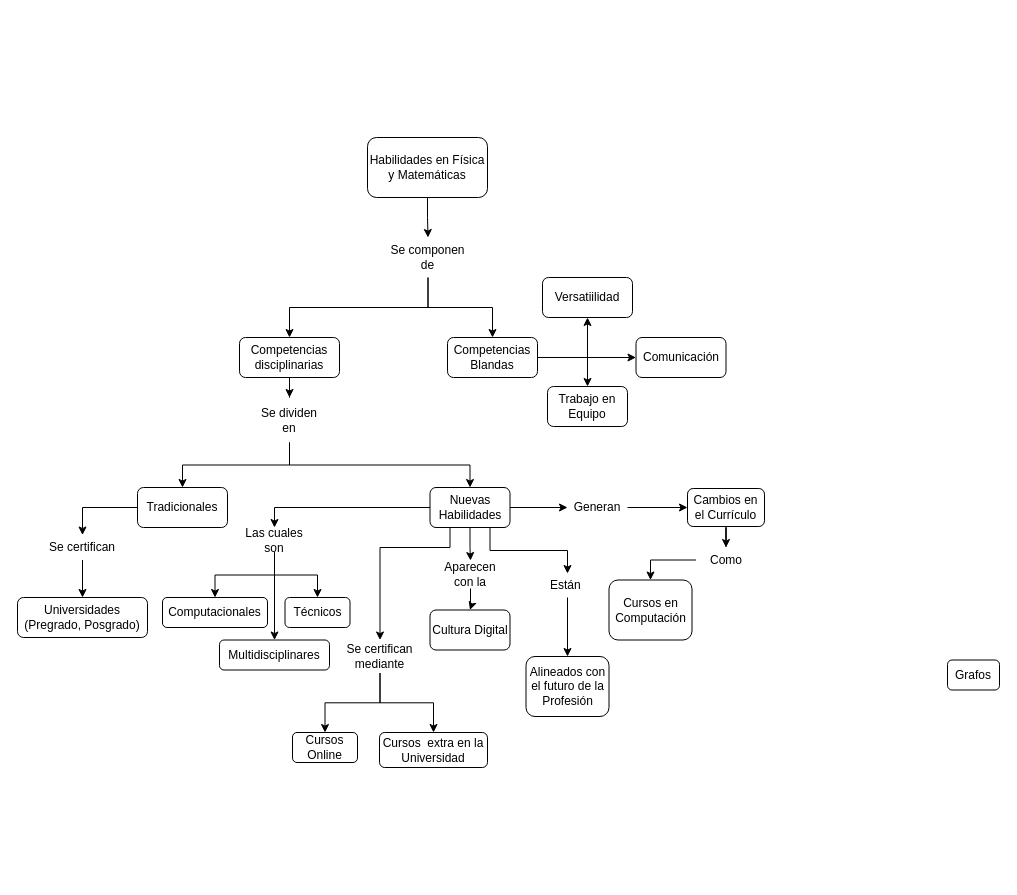
Earlier version of the draw.io diagram Untitled Diagram.drawio (Andrescqs/test). Source tidied: cells renumbered, new cells numbered last; positions are measured from the earlier drawing's top-left corner, leaving out a move shared by most shapes. Both pictures are drawn from the tidied source at 100%, with x=0, y=0 at pixel (17, 137).
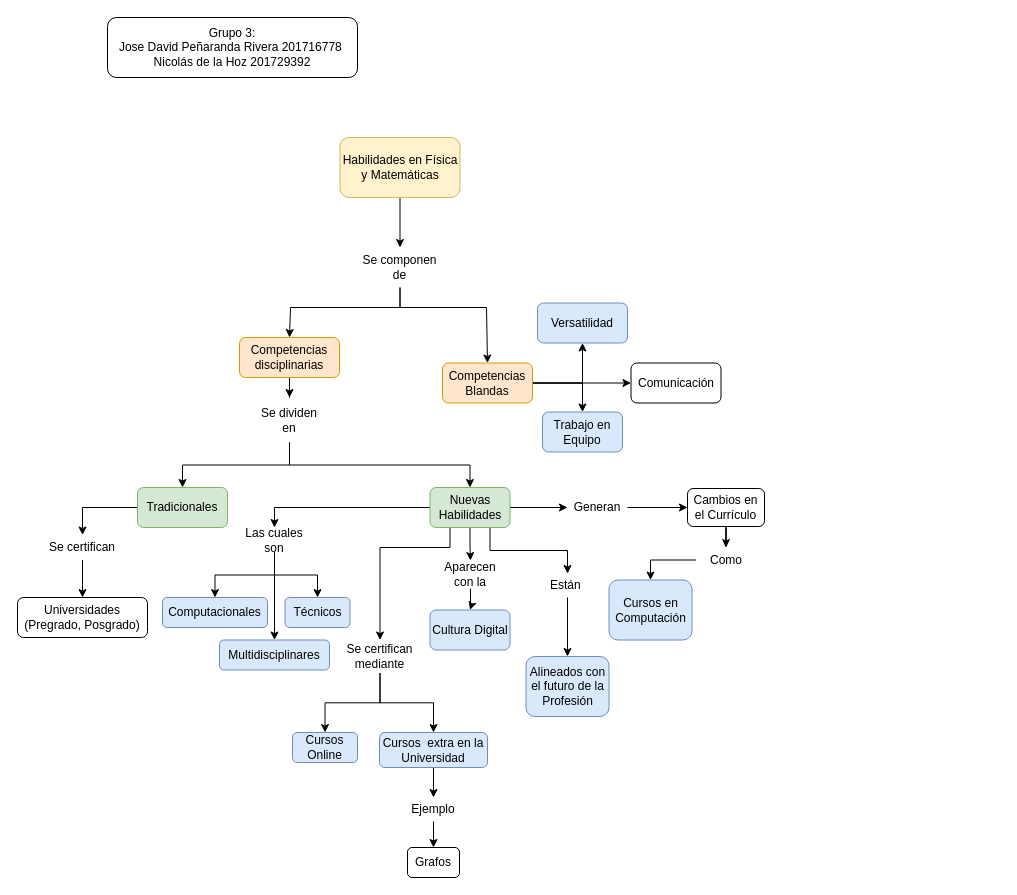
The same page after the edit.

Diff of the diagram source:
```diff
@@
-    <mxCell id="3" value="Habilidades en Física y Matemáticas" style="rounded=1;whiteSpace=wrap;html=1;" parent="1" vertex="1">
-      <mxGeometry x="350" width="120" height="60" as="geometry" />
+    <mxCell id="3" value="Habilidades en Física y Matemáticas" style="rounded=1;whiteSpace=wrap;html=1;fillColor=#fff2cc;strokeColor=#d6b656;shadow=0;comic=0;" parent="1" vertex="1">
+      <mxGeometry x="322.5" width="120" height="60" as="geometry" />
     </mxCell>
@@
-    <mxCell id="5" value="Competencias disciplinarias" style="rounded=1;whiteSpace=wrap;html=1;" parent="1" vertex="1">
+    <mxCell id="5" value="Competencias disciplinarias" style="rounded=1;whiteSpace=wrap;html=1;fillColor=#ffe6cc;strokeColor=#d79b00;" parent="1" vertex="1">
       <mxGeometry x="222" y="200" width="100" height="40" as="geometry" />
     </mxCell>
@@
-    <mxCell id="11" value="Nuevas Habilidades" style="rounded=1;whiteSpace=wrap;html=1;" parent="1" vertex="1">
+    <mxCell id="11" value="Nuevas Habilidades" style="rounded=1;whiteSpace=wrap;html=1;fillColor=#d5e8d4;strokeColor=#82b366;" parent="1" vertex="1">
       <mxGeometry x="412.5" y="350" width="80" height="40" as="geometry" />
     </mxCell>
-    <mxCell id="12" value="Cultura Digital" style="rounded=1;whiteSpace=wrap;html=1;" parent="1" vertex="1">
+    <mxCell id="12" value="Cultura Digital" style="rounded=1;whiteSpace=wrap;html=1;fillColor=#dae8fc;strokeColor=#6c8ebf;" parent="1" vertex="1">
       <mxGeometry x="412.5" y="472.5" width="80" height="40" as="geometry" />
     </mxCell>
@@
-    <mxCell id="14" value="Tradicionales" style="rounded=1;whiteSpace=wrap;html=1;" parent="1" vertex="1">
+    <mxCell id="14" value="Tradicionales" style="rounded=1;whiteSpace=wrap;html=1;fillColor=#d5e8d4;strokeColor=#82b366;" parent="1" vertex="1">
       <mxGeometry x="120" y="350" width="90" height="40" as="geometry" />
     </mxCell>
@@
-    <mxCell id="18" value="Competencias Blandas" style="rounded=1;whiteSpace=wrap;html=1;" parent="1" vertex="1">
-      <mxGeometry x="430" y="200" width="90" height="40" as="geometry" />
+    <mxCell id="18" value="Competencias Blandas" style="rounded=1;whiteSpace=wrap;html=1;fillColor=#ffe6cc;strokeColor=#d79b00;" parent="1" vertex="1">
+      <mxGeometry x="425" y="225.5" width="90" height="40" as="geometry" />
     </mxCell>
-    <mxCell id="19" value="Versatiilidad" style="rounded=1;whiteSpace=wrap;html=1;" parent="1" vertex="1">
-      <mxGeometry x="525" y="140" width="90" height="40" as="geometry" />
+    <mxCell id="19" value="Versatilidad" style="rounded=1;whiteSpace=wrap;html=1;fillColor=#dae8fc;strokeColor=#6c8ebf;" parent="1" vertex="1">
+      <mxGeometry x="520" y="165.5" width="90" height="40" as="geometry" />
     </mxCell>
@@
-    <mxCell id="21" value="Computacionales" style="rounded=1;whiteSpace=wrap;html=1;" parent="1" vertex="1">
+    <mxCell id="21" value="Computacionales" style="rounded=1;whiteSpace=wrap;html=1;fillColor=#dae8fc;strokeColor=#6c8ebf;" parent="1" vertex="1">
       <mxGeometry x="145" y="460" width="105" height="30" as="geometry" />
     </mxCell>
-    <mxCell id="22" value="Técnicos" style="rounded=1;whiteSpace=wrap;html=1;" parent="1" vertex="1">
+    <mxCell id="22" value="Técnicos" style="rounded=1;whiteSpace=wrap;html=1;fillColor=#dae8fc;strokeColor=#6c8ebf;" parent="1" vertex="1">
       <mxGeometry x="267.5" y="460" width="65" height="30" as="geometry" />
     </mxCell>
-    <mxCell id="23" value="Multidisciplinares" style="rounded=1;whiteSpace=wrap;html=1;" parent="1" vertex="1">
+    <mxCell id="23" value="Multidisciplinares" style="rounded=1;whiteSpace=wrap;html=1;fillColor=#dae8fc;strokeColor=#6c8ebf;" parent="1" vertex="1">
       <mxGeometry x="202" y="502.5" width="110" height="30" as="geometry" />
     </mxCell>
-    <mxCell id="24" value="Cursos Online" style="rounded=1;whiteSpace=wrap;html=1;" parent="1" vertex="1">
+    <mxCell id="24" value="Cursos Online" style="rounded=1;whiteSpace=wrap;html=1;fillColor=#dae8fc;strokeColor=#6c8ebf;" parent="1" vertex="1">
       <mxGeometry x="275" y="595" width="65" height="30" as="geometry" />
     </mxCell>
+    <mxCell id="56" style="edgeStyle=orthogonalEdgeStyle;rounded=0;jettySize=auto;html=1;entryX=0.5;entryY=0;entryDx=0;entryDy=0;" parent="1" edge="1" source="25" target="58">
+      <mxGeometry relative="1" as="geometry" />
+    </mxCell>
-    <mxCell id="25" value="Cursos &amp;nbsp;extra en la Universidad" style="rounded=1;whiteSpace=wrap;html=1;" parent="1" vertex="1">
+    <mxCell id="25" value="Cursos &amp;nbsp;extra en la Universidad" style="rounded=1;whiteSpace=wrap;html=1;fillColor=#dae8fc;strokeColor=#6c8ebf;" parent="1" vertex="1">
       <mxGeometry x="362" y="595" width="108" height="35" as="geometry" />
     </mxCell>
     <mxCell id="26" value="Grafos" style="rounded=1;whiteSpace=wrap;html=1;" parent="1" vertex="1">
-      <mxGeometry x="930" y="522.5" width="52" height="30" as="geometry" />
+      <mxGeometry x="390" y="710" width="52" height="30" as="geometry" />
     </mxCell>
-    <mxCell id="27" value="Alineados con el futuro de la Profesión" style="rounded=1;whiteSpace=wrap;html=1;" parent="1" vertex="1">
+    <mxCell id="27" value="Alineados con el futuro de la Profesión" style="rounded=1;whiteSpace=wrap;html=1;fillColor=#dae8fc;strokeColor=#6c8ebf;" parent="1" vertex="1">
       <mxGeometry x="508.5" y="519" width="83" height="60" as="geometry" />
     </mxCell>
@@
-    <mxCell id="30" value="Cursos en Computación" style="rounded=1;whiteSpace=wrap;html=1;" parent="1" vertex="1">
+    <mxCell id="30" value="Cursos en Computación" style="rounded=1;whiteSpace=wrap;html=1;fillColor=#dae8fc;strokeColor=#6c8ebf;" parent="1" vertex="1">
       <mxGeometry x="591.5" y="442.5" width="83" height="60" as="geometry" />
     </mxCell>
     <mxCell id="31" style="edgeStyle=orthogonalEdgeStyle;rounded=0;jettySize=auto;html=1;entryX=0.5;entryY=0;entryDx=0;entryDy=0;exitX=0.5;exitY=1;exitDx=0;exitDy=0;" parent="1" edge="1" source="33" target="5">
-      <mxGeometry relative="1" as="geometry" />
+      <mxGeometry relative="1" as="geometry">
+        <Array as="points">
+          <mxPoint x="383" y="170" />
+          <mxPoint x="273" y="170" />
+        </Array>
+      </mxGeometry>
     </mxCell>
-    <mxCell id="32" style="edgeStyle=orthogonalEdgeStyle;rounded=0;jettySize=auto;html=1;entryX=0.5;entryY=0;entryDx=0;entryDy=0;" parent="1" edge="1" source="33" target="18">
-      <mxGeometry relative="1" as="geometry" />
+    <mxCell id="32" style="edgeStyle=orthogonalEdgeStyle;rounded=0;jettySize=auto;html=1;entryX=0.5;entryY=0;entryDx=0;entryDy=0;exitX=0.5;exitY=1;exitDx=0;exitDy=0;" parent="1" edge="1" source="33" target="18">
+      <mxGeometry relative="1" as="geometry">
+        <Array as="points">
+          <mxPoint x="383" y="170" />
+          <mxPoint x="469" y="170" />
+        </Array>
+      </mxGeometry>
     </mxCell>
     <mxCell id="33" value="Se componen de" style="text;html=1;strokeColor=none;fillColor=none;align=center;verticalAlign=middle;whiteSpace=wrap;rounded=0;" parent="1" vertex="1">
-      <mxGeometry x="368" y="100" width="85" height="40" as="geometry" />
+      <mxGeometry x="340" y="110" width="85" height="40" as="geometry" />
     </mxCell>
@@
     <mxCell id="54" value="Comunicación" style="rounded=1;whiteSpace=wrap;html=1;" parent="1" vertex="1">
-      <mxGeometry x="618.5" y="200" width="90" height="40" as="geometry" />
+      <mxGeometry x="613.5" y="225.5" width="90" height="40" as="geometry" />
     </mxCell>
-    <mxCell id="55" value="Trabajo en Equipo" style="rounded=1;whiteSpace=wrap;html=1;" parent="1" vertex="1">
-      <mxGeometry x="530" y="249" width="80" height="40" as="geometry" />
+    <mxCell id="55" value="Trabajo en Equipo" style="rounded=1;whiteSpace=wrap;html=1;fillColor=#dae8fc;strokeColor=#6c8ebf;" parent="1" vertex="1">
+      <mxGeometry x="525" y="274.5" width="80" height="40" as="geometry" />
     </mxCell>
+    <mxCell id="57" style="edgeStyle=orthogonalEdgeStyle;rounded=0;jettySize=auto;html=1;entryX=0.5;entryY=0;entryDx=0;entryDy=0;" parent="1" edge="1" source="58" target="26">
+      <mxGeometry relative="1" as="geometry" />
+    </mxCell>
+    <mxCell id="58" value="Ejemplo" style="text;html=1;strokeColor=none;fillColor=none;align=center;verticalAlign=middle;whiteSpace=wrap;rounded=0;" parent="1" vertex="1">
+      <mxGeometry x="391" y="660" width="50" height="24" as="geometry" />
+    </mxCell>
+    <mxCell id="59" value="Grupo 3:&lt;br&gt;Jose David Peñaranda Rivera 201716778&amp;nbsp;&lt;br&gt;Nicolás de la Hoz 201729392" style="rounded=1;whiteSpace=wrap;html=1;shadow=0;comic=0;" parent="1" vertex="1">
+      <mxGeometry x="90" y="-120" width="250" height="60" as="geometry" />
+    </mxCell>
```
